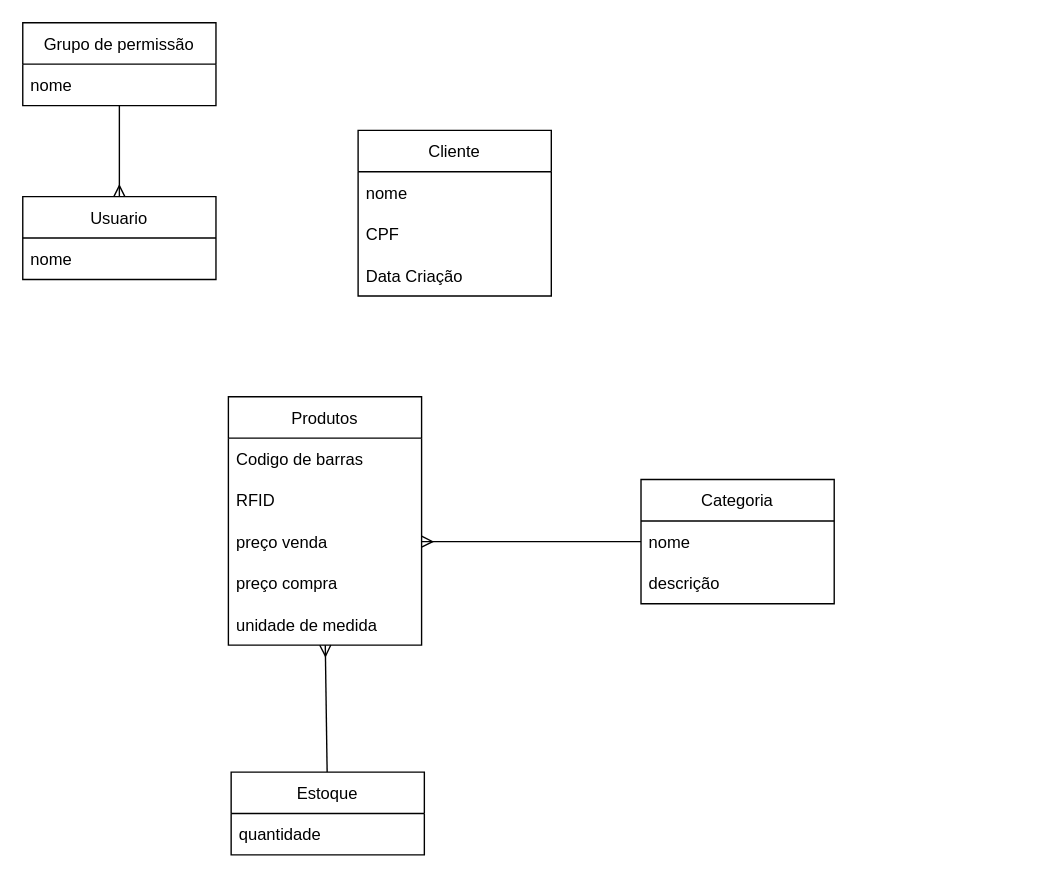
This is page "Class-Diagram" (1 of 3) of doc/class.drawio from SavioAraujoPagung/les, a draw.io file, before an edit. Source tidied: cells renumbered, new cells numbered last; positions are measured from the earlier drawing's top-left corner, leaving out a move shared by most shapes. Both pictures are drawn from the tidied source at 138%, with x=0, y=0 at pixel (22, 22).
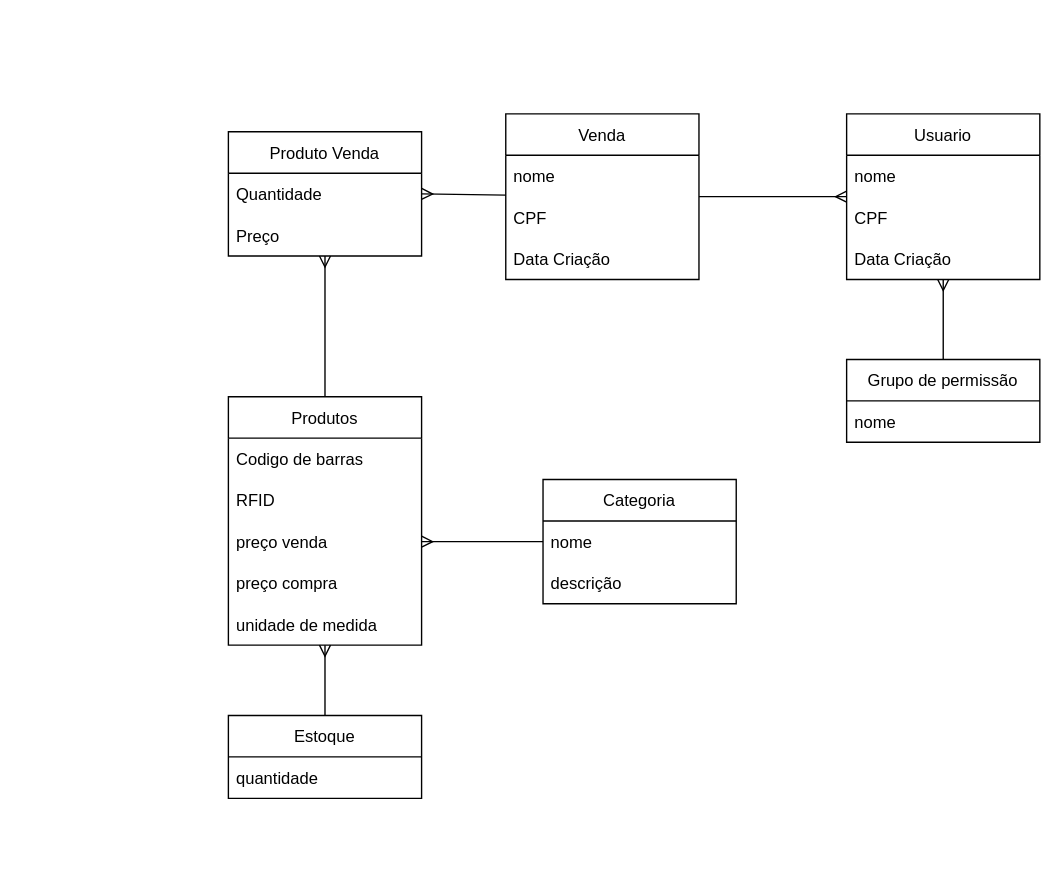
The same diagram, later.

Commit message:
feat: relational model

Unchanged cells that the change refers to:
```xml
<mxCell id="11" value="Produtos" style="swimlane;fontStyle=0;horizontal=1;startSize=30;" parent="1" vertex="1">
  <mxGeometry x="149" y="271" width="140" height="180" as="geometry" />
</mxCell>
```

The edit, as a diff of the source:
```diff
@@
-    <mxCell id="2" value="Cliente" style="swimlane;fontStyle=0;horizontal=1;startSize=30;" parent="1" vertex="1">
-      <mxGeometry x="243" y="78" width="140" height="120" as="geometry" />
-    </mxCell>
-    <mxCell id="3" value="nome" style="text;strokeColor=none;fillColor=none;align=left;verticalAlign=middle;spacingLeft=4;spacingRight=4;overflow=hidden;" parent="2" vertex="1">
-      <mxGeometry y="30" width="140" height="30" as="geometry" />
-    </mxCell>
-    <mxCell id="4" value="CPF" style="text;strokeColor=none;fillColor=none;align=left;verticalAlign=middle;spacingLeft=4;spacingRight=4;overflow=hidden;" parent="2" vertex="1">
-      <mxGeometry y="60" width="140" height="30" as="geometry" />
-    </mxCell>
-    <mxCell id="5" value="Data Criação" style="text;strokeColor=none;fillColor=none;align=left;verticalAlign=middle;spacingLeft=4;spacingRight=4;overflow=hidden;" parent="2" vertex="1">
-      <mxGeometry y="90" width="140" height="30" as="geometry" />
-    </mxCell>
@@
     <mxCell id="7" value="Grupo de permissão" style="swimlane;fontStyle=0;horizontal=1;startSize=30;" parent="1" vertex="1">
-      <mxGeometry width="140" height="60" as="geometry" />
+      <mxGeometry x="597" y="244" width="140" height="60" as="geometry" />
     </mxCell>
@@
     <mxCell id="9" value="Usuario" style="swimlane;fontStyle=0;horizontal=1;startSize=30;" parent="1" vertex="1">
-      <mxGeometry y="126" width="140" height="60" as="geometry" />
+      <mxGeometry x="597" y="66" width="140" height="120" as="geometry" />
     </mxCell>
@@
+    <mxCell id="24" value="CPF" style="text;strokeColor=none;fillColor=none;align=left;verticalAlign=middle;spacingLeft=4;spacingRight=4;overflow=hidden;" parent="9" vertex="1">
+      <mxGeometry y="60" width="140" height="30" as="geometry" />
+    </mxCell>
+    <mxCell id="25" value="Data Criação" style="text;strokeColor=none;fillColor=none;align=left;verticalAlign=middle;spacingLeft=4;spacingRight=4;overflow=hidden;" parent="9" vertex="1">
+      <mxGeometry y="90" width="140" height="30" as="geometry" />
+    </mxCell>
+    <mxCell id="26" style="edgeStyle=none;html=1;endArrow=ERmany;endFill=0;startArrow=none;startFill=0;" parent="1" edge="1" source="11" target="32">
+      <mxGeometry relative="1" as="geometry" />
+    </mxCell>
@@
     <mxCell id="17" value="Estoque" style="swimlane;fontStyle=0;horizontal=1;startSize=30;" parent="1" vertex="1">
-      <mxGeometry x="151" y="543" width="140" height="60" as="geometry" />
+      <mxGeometry x="149" y="502" width="140" height="60" as="geometry" />
     </mxCell>
@@
     <mxCell id="19" value="Categoria" style="swimlane;fontStyle=0;horizontal=1;startSize=30;" parent="1" vertex="1">
-      <mxGeometry x="448" y="331" width="140" height="90" as="geometry" />
+      <mxGeometry x="377" y="331" width="140" height="90" as="geometry" />
     </mxCell>
@@
+    <mxCell id="27" style="edgeStyle=none;html=1;startArrow=none;startFill=0;endArrow=ERmany;endFill=0;" parent="1" edge="1" source="28" target="9">
+      <mxGeometry relative="1" as="geometry" />
+    </mxCell>
+    <mxCell id="28" value="Venda" style="swimlane;fontStyle=0;horizontal=1;startSize=30;" parent="1" vertex="1">
+      <mxGeometry x="350" y="66" width="140" height="120" as="geometry" />
+    </mxCell>
+    <mxCell id="3" value="nome" style="text;strokeColor=none;fillColor=none;align=left;verticalAlign=middle;spacingLeft=4;spacingRight=4;overflow=hidden;" parent="28" vertex="1">
+      <mxGeometry y="30" width="140" height="30" as="geometry" />
+    </mxCell>
+    <mxCell id="29" value="CPF" style="text;strokeColor=none;fillColor=none;align=left;verticalAlign=middle;spacingLeft=4;spacingRight=4;overflow=hidden;" parent="28" vertex="1">
+      <mxGeometry y="60" width="140" height="30" as="geometry" />
+    </mxCell>
+    <mxCell id="30" value="Data Criação" style="text;strokeColor=none;fillColor=none;align=left;verticalAlign=middle;spacingLeft=4;spacingRight=4;overflow=hidden;" parent="28" vertex="1">
+      <mxGeometry y="90" width="140" height="30" as="geometry" />
+    </mxCell>
+    <mxCell id="31" style="edgeStyle=none;html=1;endArrow=none;endFill=0;startArrow=ERmany;startFill=0;exitX=1;exitY=0.5;exitDx=0;exitDy=0;" parent="1" edge="1" source="33" target="28">
+      <mxGeometry relative="1" as="geometry" />
+    </mxCell>
+    <mxCell id="32" value="Produto Venda" style="swimlane;fontStyle=0;horizontal=1;startSize=30;" parent="1" vertex="1">
+      <mxGeometry x="149" y="79" width="140" height="90" as="geometry" />
+    </mxCell>
+    <mxCell id="33" value="Quantidade" style="text;strokeColor=none;fillColor=none;align=left;verticalAlign=middle;spacingLeft=4;spacingRight=4;overflow=hidden;points=[[0,0.5],[1,0.5]];portConstraint=eastwest;" parent="32" vertex="1">
+      <mxGeometry y="30" width="140" height="30" as="geometry" />
+    </mxCell>
+    <mxCell id="34" value="Preço" style="text;strokeColor=none;fillColor=none;align=left;verticalAlign=middle;spacingLeft=4;spacingRight=4;overflow=hidden;" parent="32" vertex="1">
+      <mxGeometry y="60" width="140" height="30" as="geometry" />
+    </mxCell>
```
